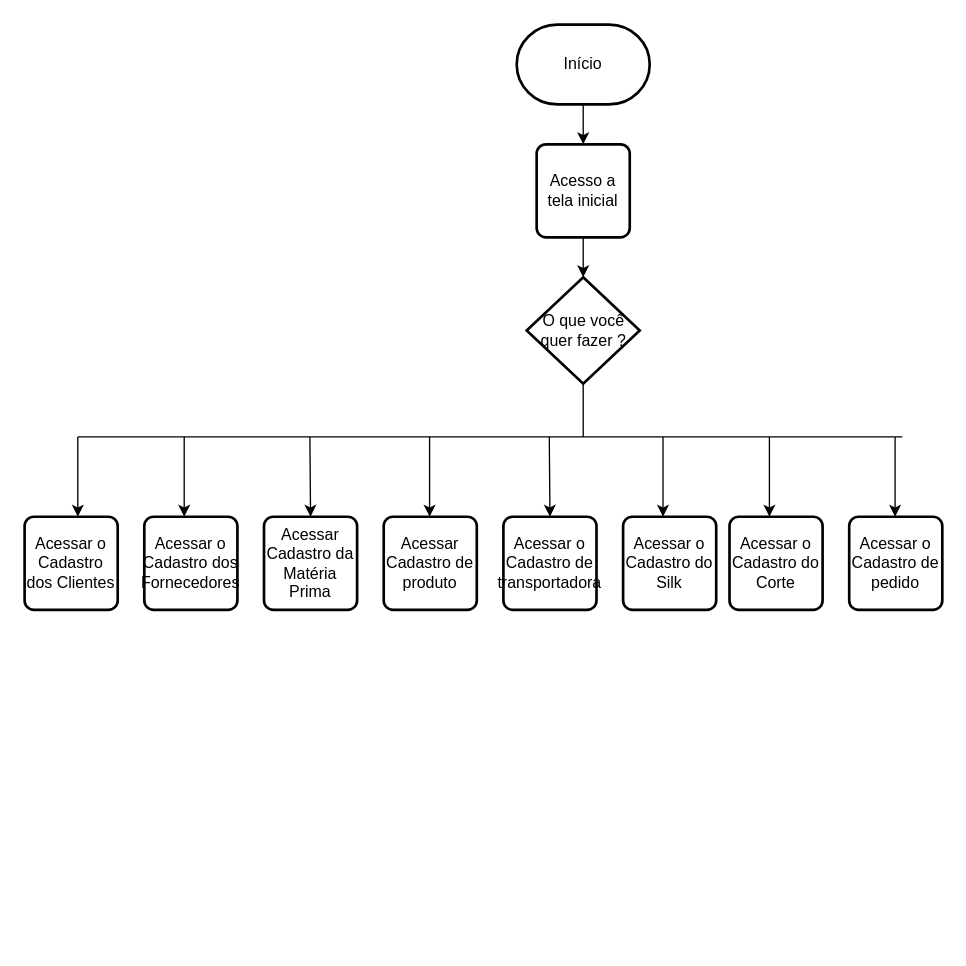
Before: page "Tela-Inicial" (1 of 10) of DOC/Fluxograma.drawio in GuilhermeIgarashi7/avatar-Fluxograma, a draw.io diagram. Source tidied: cells renumbered, new cells numbered last; positions are measured from the earlier drawing's top-left corner, leaving out a move shared by most shapes. Both pictures are drawn from the tidied source at 133%, with x=0, y=0 at pixel (24, 24).
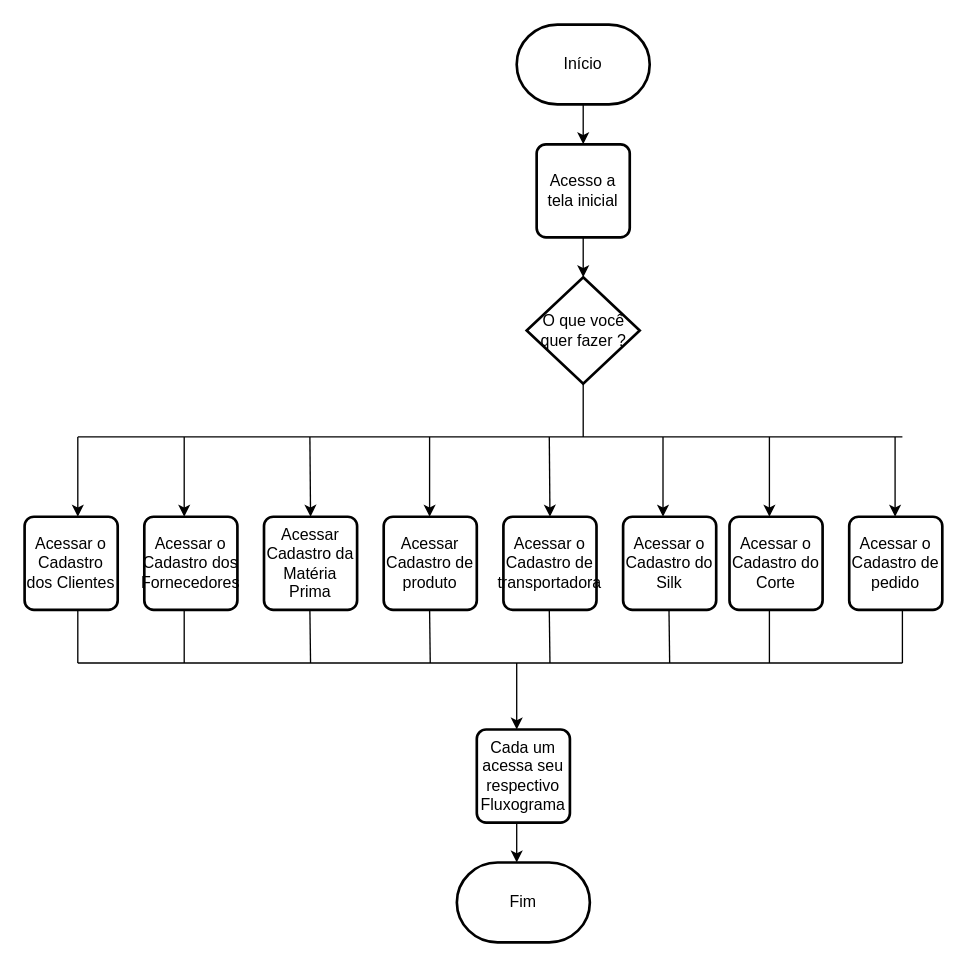
The same page after the edit.

Change to the diagram source:
```diff
@@
+    <mxCell id="25" style="endArrow=none;html=1;rounded=0;" parent="1" edge="1">
+      <mxGeometry relative="1" as="geometry">
+        <mxPoint x="40" y="480" as="sourcePoint" />
+        <mxPoint x="40" y="440" as="targetPoint" />
+      </mxGeometry>
+    </mxCell>
+    <mxCell id="26" style="endArrow=none;html=1;rounded=0;" parent="1" edge="1">
+      <mxGeometry relative="1" as="geometry">
+        <mxPoint x="120" y="480" as="sourcePoint" />
+        <mxPoint x="120" y="440" as="targetPoint" />
+      </mxGeometry>
+    </mxCell>
+    <mxCell id="27" style="endArrow=none;html=1;rounded=0;" parent="1" edge="1">
+      <mxGeometry relative="1" as="geometry">
+        <mxPoint x="215" y="480" as="sourcePoint" />
+        <mxPoint x="214.5" y="440" as="targetPoint" />
+      </mxGeometry>
+    </mxCell>
+    <mxCell id="28" style="endArrow=none;html=1;rounded=0;" parent="1" edge="1">
+      <mxGeometry relative="1" as="geometry">
+        <mxPoint x="305" y="480" as="sourcePoint" />
+        <mxPoint x="304.5" y="440" as="targetPoint" />
+      </mxGeometry>
+    </mxCell>
+    <mxCell id="29" style="endArrow=none;html=1;rounded=0;" parent="1" edge="1">
+      <mxGeometry relative="1" as="geometry">
+        <mxPoint x="395" y="480" as="sourcePoint" />
+        <mxPoint x="394.5" y="440" as="targetPoint" />
+      </mxGeometry>
+    </mxCell>
+    <mxCell id="30" style="endArrow=none;html=1;rounded=0;" parent="1" edge="1">
+      <mxGeometry relative="1" as="geometry">
+        <mxPoint x="485" y="480" as="sourcePoint" />
+        <mxPoint x="484.5" y="440" as="targetPoint" />
+      </mxGeometry>
+    </mxCell>
+    <mxCell id="31" style="endArrow=none;html=1;rounded=0;" parent="1" edge="1">
+      <mxGeometry relative="1" as="geometry">
+        <mxPoint x="560" y="480" as="sourcePoint" />
+        <mxPoint x="560" y="440" as="targetPoint" />
+      </mxGeometry>
+    </mxCell>
+    <mxCell id="32" style="endArrow=none;html=1;rounded=0;" parent="1" edge="1">
+      <mxGeometry relative="1" as="geometry">
+        <mxPoint x="660" y="480" as="sourcePoint" />
+        <mxPoint x="660" y="440" as="targetPoint" />
+      </mxGeometry>
+    </mxCell>
+    <mxCell id="33" style="endArrow=none;html=1;rounded=0;" parent="1" edge="1">
+      <mxGeometry relative="1" as="geometry">
+        <mxPoint x="40" y="480" as="sourcePoint" />
+        <mxPoint x="660" y="480" as="targetPoint" />
+      </mxGeometry>
+    </mxCell>
+    <mxCell id="34" style="endArrow=classic;html=1;rounded=0;" parent="1" edge="1">
+      <mxGeometry relative="1" as="geometry">
+        <mxPoint x="370" y="480" as="sourcePoint" />
+        <mxPoint x="370" y="530" as="targetPoint" />
+      </mxGeometry>
+    </mxCell>
+    <mxCell id="35" value="Cada um acessa seu respectivo Fluxograma" style="rounded=1;whiteSpace=wrap;html=1;absoluteArcSize=1;arcSize=14;strokeWidth=2;" parent="1" vertex="1">
+      <mxGeometry x="340" y="530" width="70" height="70" as="geometry" />
+    </mxCell>
+    <mxCell id="36" style="endArrow=classic;html=1;rounded=0;" parent="1" edge="1">
+      <mxGeometry relative="1" as="geometry">
+        <mxPoint x="370" y="600" as="sourcePoint" />
+        <mxPoint x="370" y="630" as="targetPoint" />
+      </mxGeometry>
+    </mxCell>
+    <mxCell id="37" value="Fim" style="strokeWidth=2;html=1;shape=mxgraph.flowchart.terminator;whiteSpace=wrap;" parent="1" vertex="1">
+      <mxGeometry x="325" y="630" width="100" height="60" as="geometry" />
+    </mxCell>
```
